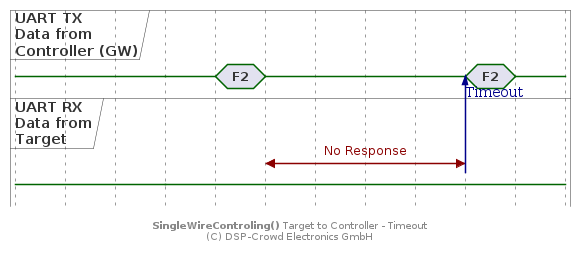
This is doc/system/protocol/A5_swt-target-to-ctrl_timeout.png from NoOrientationProgramming/code-orb, a PlantUML export, as it was before one commit.
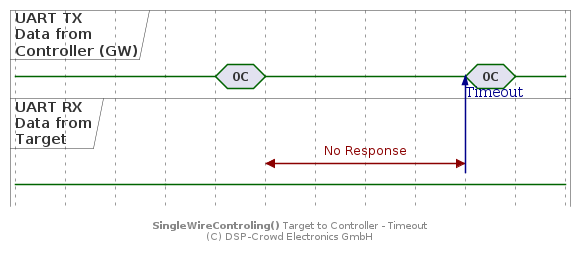
Later version of the same file.

Diff of the diagram source:
```diff
@@ -14,13 +14,13 @@
 tar is {-}
 
 @+20
-ctrl is "F2"
+ctrl is "0C"
 
 @+20
 ctrl is {-}
 
 @+80
-ctrl is "F2"
+ctrl is "0C"
 
 @+20
 ctrl is {-}
```
